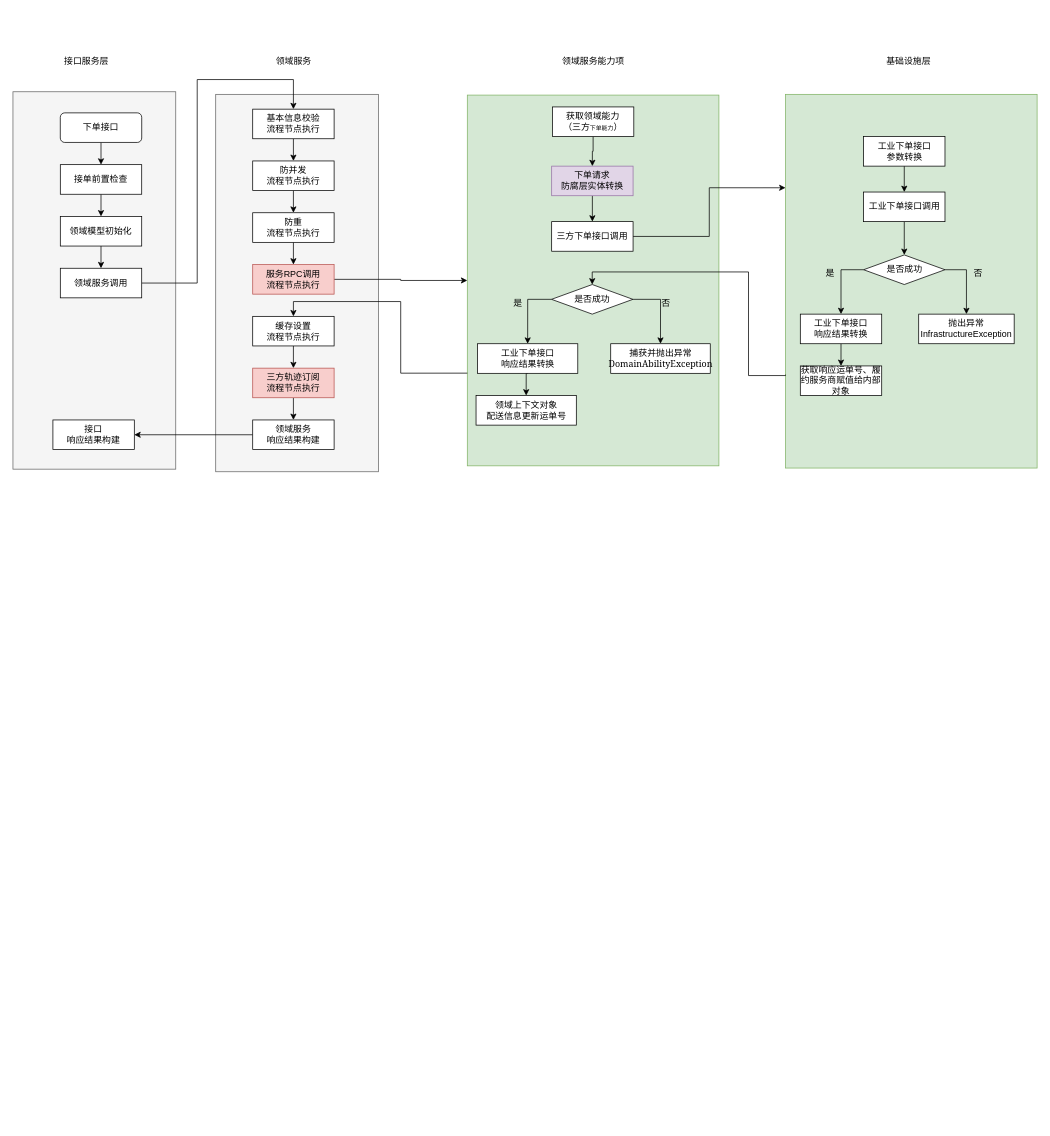
The draw.io diagram page "承运平台物流平台下单" (37 of 37) of Untitled Diagram.drawio in lixintao03/lixintao.github.io, before the edit. Source tidied: cells renumbered, new cells numbered last; positions are measured from the earlier drawing's top-left corner, leaving out a move shared by most shapes. Both pictures are drawn from the tidied source at 74%, with x=0, y=0 at pixel (13, 50).
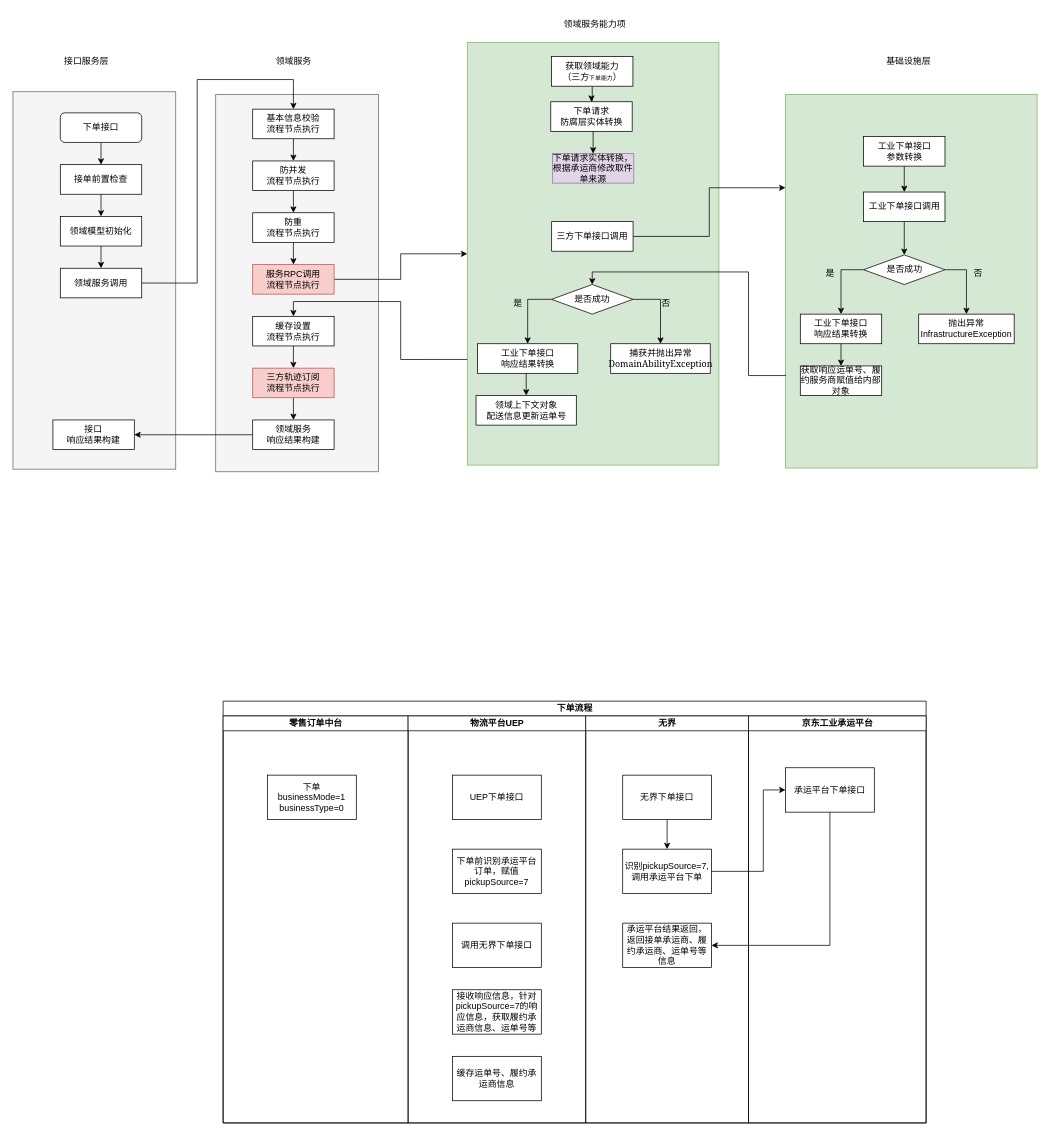
The same page after the edit.

Unchanged cells that the change refers to:
```xml
<mxCell id="32" value="三方下单接口调用" style="rounded=0;whiteSpace=wrap;html=1;" parent="1" vertex="1">
  <mxGeometry x="728" y="232" width="110" height="40" as="geometry" />
</mxCell>
```

What changed in the source:
```diff
@@
     <mxCell id="4" style="rounded=0;whiteSpace=wrap;html=1;fillColor=#d5e8d4;strokeColor=#82b366;" parent="1" vertex="1">
-      <mxGeometry x="614" y="61" width="340" height="501" as="geometry" />
+      <mxGeometry x="614" y="-10" width="340" height="571" as="geometry" />
     </mxCell>
@@
-    <mxCell id="29" style="edgeStyle=orthogonalEdgeStyle;rounded=0;jettySize=auto;html=1;exitX=0.5;exitY=1;exitDx=0;exitDy=0;entryX=0.5;entryY=0;entryDx=0;entryDy=0;" parent="1" edge="1" source="30" target="32">
-      <mxGeometry relative="1" as="geometry" />
-    </mxCell>
+    <mxCell id="63" style="edgeStyle=orthogonalEdgeStyle;rounded=0;jettySize=auto;html=1;exitX=0.5;exitY=1;exitDx=0;exitDy=0;entryX=0.5;entryY=0;entryDx=0;entryDy=0;" parent="1" edge="1" source="30" target="64">
+      <mxGeometry relative="1" as="geometry" />
+    </mxCell>
-    <mxCell id="30" value="下单请求&lt;br&gt;防腐层实体转换" style="rounded=0;whiteSpace=wrap;html=1;fillColor=#e1d5e7;strokeColor=#9673a6;" parent="1" vertex="1">
-      <mxGeometry x="728" y="157" width="110" height="40" as="geometry" />
+    <mxCell id="30" value="下单请求&lt;br&gt;防腐层实体转换" style="rounded=0;whiteSpace=wrap;html=1;" parent="1" vertex="1">
+      <mxGeometry x="726.8" y="70" width="110" height="40" as="geometry" />
     </mxCell>
@@
     <mxCell id="56" value="领域服务能力项" style="text;html=1;align=center;verticalAlign=middle;strokeColor=none;fillColor=none;" parent="1" vertex="1">
-      <mxGeometry x="729" y="1" width="110" height="30" as="geometry" />
+      <mxGeometry x="731" y="-50" width="110" height="30" as="geometry" />
     </mxCell>
@@
     <mxCell id="58" value="获取领域能力&lt;br&gt;（三方&lt;font style=&quot;font-size: 8px;&quot;&gt;下单能力&lt;/font&gt;）" style="rounded=0;whiteSpace=wrap;html=1;" parent="1" vertex="1">
-      <mxGeometry x="729" y="77" width="110" height="40" as="geometry" />
+      <mxGeometry x="727.8" y="9" width="110" height="40" as="geometry" />
     </mxCell>
@@
+    <mxCell id="64" value="下单请求实体转换，根据承运商修改取件单来源" style="rounded=0;whiteSpace=wrap;html=1;fillColor=#e1d5e7;strokeColor=#9673a6;" parent="1" vertex="1">
+      <mxGeometry x="729" y="140" width="110" height="40" as="geometry" />
+    </mxCell>
+    <mxCell id="65" value="下单流程" style="swimlane;startSize=20;html=1;" parent="1" vertex="1">
+      <mxGeometry x="284" y="880" width="950" height="570" as="geometry" />
+    </mxCell>
+    <mxCell id="66" value="零售订单中台" style="swimlane;startSize=20;html=1;" parent="65" vertex="1">
+      <mxGeometry y="20" width="250" height="550" as="geometry" />
+    </mxCell>
+    <mxCell id="67" value="下单&lt;br&gt;businessMode=1&lt;br&gt;businessType=0&lt;br&gt;" style="rounded=0;whiteSpace=wrap;html=1;" parent="66" vertex="1">
+      <mxGeometry x="60" y="80" width="120" height="60" as="geometry" />
+    </mxCell>
+    <mxCell id="68" value="物流平台UEP" style="swimlane;startSize=20;html=1;" parent="65" vertex="1">
+      <mxGeometry x="250" y="20" width="240" height="550" as="geometry" />
+    </mxCell>
+    <mxCell id="69" value="UEP下单接口" style="rounded=0;whiteSpace=wrap;html=1;" parent="68" vertex="1">
+      <mxGeometry x="60" y="80" width="120" height="60" as="geometry" />
+    </mxCell>
+    <mxCell id="70" value="下单前识别承运平台订单，赋值pickupSource=7" style="rounded=0;whiteSpace=wrap;html=1;" parent="68" vertex="1">
+      <mxGeometry x="60" y="180" width="120" height="60" as="geometry" />
+    </mxCell>
+    <mxCell id="71" value="调用无界下单接口" style="rounded=0;whiteSpace=wrap;html=1;" parent="68" vertex="1">
+      <mxGeometry x="60" y="280" width="120" height="60" as="geometry" />
+    </mxCell>
+    <mxCell id="72" value="接收响应信息，针对pickupSource=7的响应信息，获取履约承运商信息、运单号等" style="rounded=0;whiteSpace=wrap;html=1;" parent="68" vertex="1">
+      <mxGeometry x="60" y="370" width="120" height="60" as="geometry" />
+    </mxCell>
+    <mxCell id="73" value="缓存运单号、履约承运商信息" style="rounded=0;whiteSpace=wrap;html=1;" parent="68" vertex="1">
+      <mxGeometry x="60" y="460" width="120" height="60" as="geometry" />
+    </mxCell>
+    <mxCell id="74" value="无界" style="swimlane;startSize=20;html=1;" parent="65" vertex="1">
+      <mxGeometry x="490" y="20" width="220" height="550" as="geometry" />
+    </mxCell>
+    <mxCell id="75" style="edgeStyle=orthogonalEdgeStyle;rounded=0;jettySize=auto;html=1;exitX=0.5;exitY=1;exitDx=0;exitDy=0;entryX=0.5;entryY=0;entryDx=0;entryDy=0;" parent="74" edge="1" source="76" target="77">
+      <mxGeometry relative="1" as="geometry" />
+    </mxCell>
+    <mxCell id="76" value="无界下单接口" style="rounded=0;whiteSpace=wrap;html=1;" parent="74" vertex="1">
+      <mxGeometry x="50" y="80" width="120" height="60" as="geometry" />
+    </mxCell>
+    <mxCell id="77" value="识别pickupSource=7,&lt;br&gt;调用承运平台下单" style="rounded=0;whiteSpace=wrap;html=1;" parent="74" vertex="1">
+      <mxGeometry x="50" y="180" width="120" height="60" as="geometry" />
+    </mxCell>
+    <mxCell id="78" value="承运平台结果返回，&lt;br&gt;返回接单承运商、履约承运商、运单号等信息" style="rounded=0;whiteSpace=wrap;html=1;" parent="74" vertex="1">
+      <mxGeometry x="50" y="280" width="120" height="60" as="geometry" />
+    </mxCell>
+    <mxCell id="79" value="京东工业承运平台" style="swimlane;startSize=20;html=1;" parent="65" vertex="1">
+      <mxGeometry x="710" y="20" width="240" height="550" as="geometry" />
+    </mxCell>
+    <mxCell id="80" value="承运平台下单接口" style="rounded=0;whiteSpace=wrap;html=1;" parent="79" vertex="1">
+      <mxGeometry x="50" y="70" width="120" height="60" as="geometry" />
+    </mxCell>
+    <mxCell id="81" style="edgeStyle=orthogonalEdgeStyle;rounded=0;jettySize=auto;html=1;exitX=1;exitY=0.5;exitDx=0;exitDy=0;entryX=0;entryY=0.5;entryDx=0;entryDy=0;" parent="65" edge="1" source="77" target="80">
+      <mxGeometry relative="1" as="geometry">
+        <Array as="points">
+          <mxPoint x="730" y="230" />
+          <mxPoint x="730" y="120" />
+        </Array>
+      </mxGeometry>
+    </mxCell>
+    <mxCell id="82" style="edgeStyle=orthogonalEdgeStyle;rounded=0;jettySize=auto;html=1;exitX=0.5;exitY=1;exitDx=0;exitDy=0;entryX=1;entryY=0.5;entryDx=0;entryDy=0;" parent="65" edge="1" source="80" target="78">
+      <mxGeometry relative="1" as="geometry" />
+    </mxCell>
```
